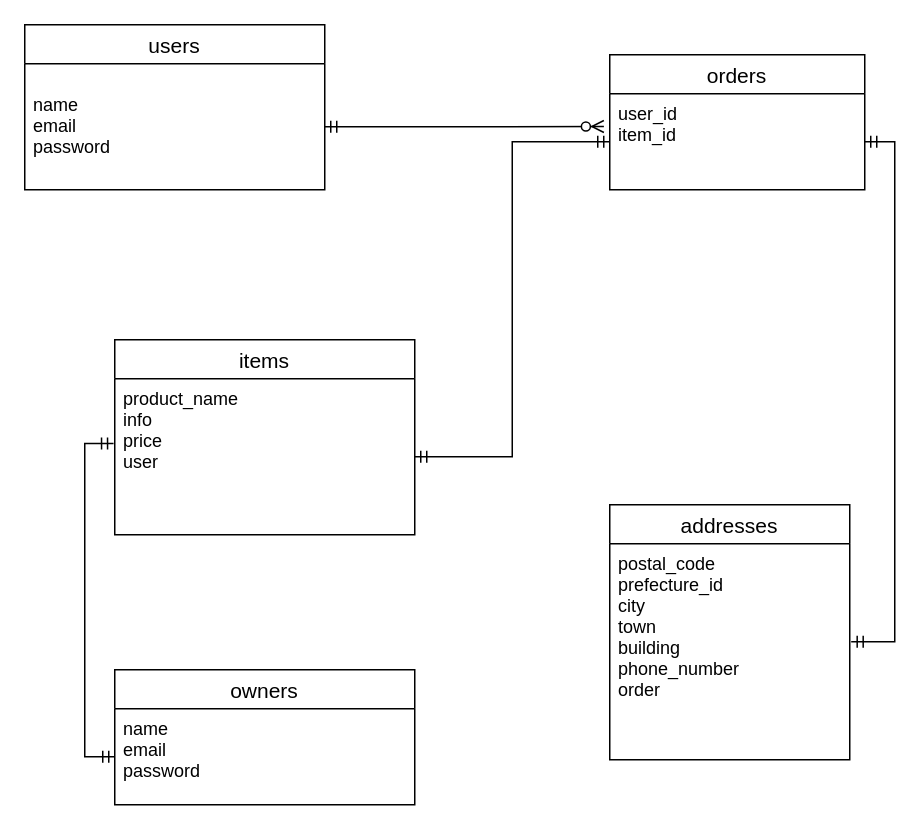
kodairafumikazu/tomori_app keeps this draw.io diagram as test.dio. Above is the earlier version. Source tidied: cells renumbered, new cells numbered last; positions are measured from the earlier drawing's top-left corner, leaving out a move shared by most shapes. Both pictures are drawn from the tidied source at 150%, with x=0, y=0 at pixel (24, 24).
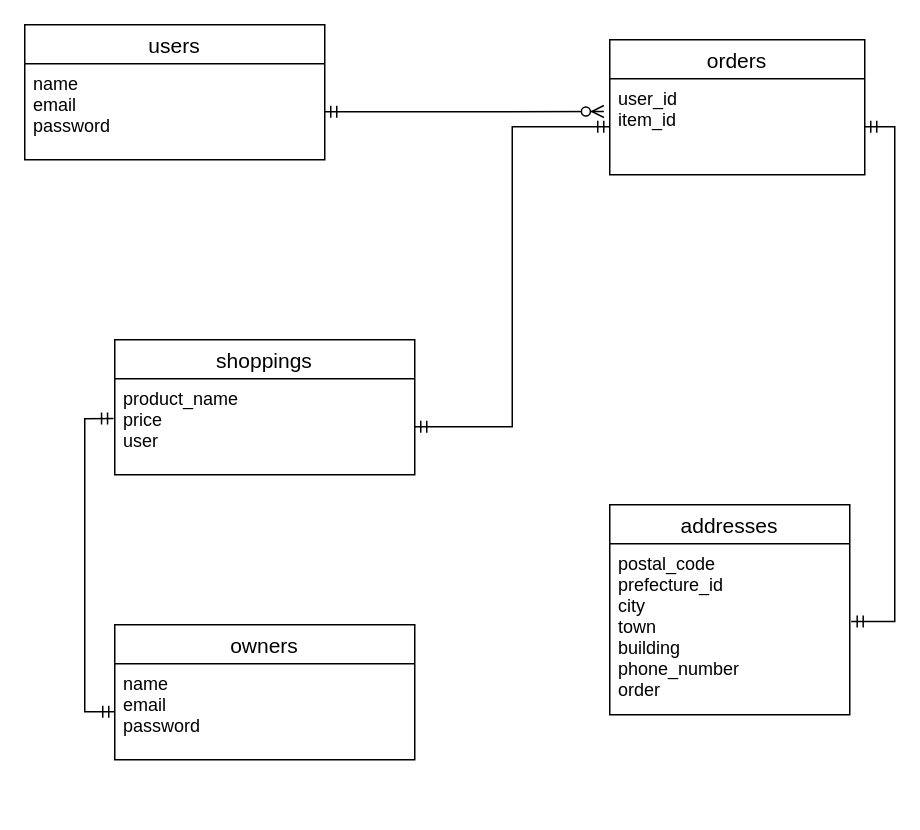
The same diagram, later.

Commit message (it also covers changes not shown here):
ER図、テーブル設計の修正。CSSの修正。ログインの修正。

Diff of the diagram source:
```diff
@@
 <mxGraphModel>
   <root>
     <mxCell id="0" />
     <mxCell id="1" parent="0" />
     <mxCell id="2" value="users" style="swimlane;fontStyle=0;horizontal=1;startSize=26;align=center;fontSize=14;" parent="1" vertex="1">
-      <mxGeometry width="200" height="110" as="geometry" />
+      <mxGeometry width="200" height="90" as="geometry" />
     </mxCell>
-    <mxCell id="3" value="&#10;name&#10;email&#10;password&#10;" style="text;strokeColor=none;fillColor=none;spacingLeft=4;spacingRight=4;overflow=hidden;points=[[0,0.5],[1,0.5]];portConstraint=eastwest;fontSize=12;" parent="2" vertex="1">
-      <mxGeometry y="26" width="200" height="84" as="geometry" />
+    <mxCell id="3" value="name&#10;email&#10;password&#10;" style="text;strokeColor=none;fillColor=none;spacingLeft=4;spacingRight=4;overflow=hidden;points=[[0,0.5],[1,0.5]];portConstraint=eastwest;fontSize=12;" parent="2" vertex="1">
+      <mxGeometry y="26" width="200" height="64" as="geometry" />
     </mxCell>
     <mxCell id="4" value="orders" style="swimlane;fontStyle=0;horizontal=1;startSize=26;align=center;fontSize=14;" parent="1" vertex="1">
-      <mxGeometry x="390" y="20" width="170" height="90" as="geometry" />
+      <mxGeometry x="390" y="10" width="170" height="90" as="geometry" />
     </mxCell>
     <mxCell id="5" value="user_id&#10;item_id&#10;" style="text;strokeColor=none;fillColor=none;spacingLeft=4;spacingRight=4;overflow=hidden;points=[[0,0.5],[1,0.5]];portConstraint=eastwest;fontSize=12;" parent="4" vertex="1">
       <mxGeometry y="26" width="170" height="64" as="geometry" />
     </mxCell>
     <mxCell id="6" value="addresses" style="swimlane;fontStyle=0;horizontal=1;startSize=26;align=center;fontSize=14;" parent="1" vertex="1">
-      <mxGeometry x="390" y="320" width="160" height="170" as="geometry" />
+      <mxGeometry x="390" y="320" width="160" height="140" as="geometry" />
     </mxCell>
     <mxCell id="7" value="postal_code&#10;prefecture_id&#10;city&#10;town&#10;building&#10;phone_number&#10;order" style="text;strokeColor=none;fillColor=none;spacingLeft=4;spacingRight=4;overflow=hidden;points=[[0,0.5],[1,0.5]];portConstraint=eastwest;fontSize=12;" parent="6" vertex="1">
-      <mxGeometry y="26" width="160" height="144" as="geometry" />
+      <mxGeometry y="26" width="160" height="114" as="geometry" />
     </mxCell>
     <mxCell id="8" style="edgeStyle=orthogonalEdgeStyle;rounded=0;jettySize=auto;html=1;exitX=1;exitY=0.5;exitDx=0;exitDy=0;entryX=1.006;entryY=0.454;entryDx=0;entryDy=0;entryPerimeter=0;startArrow=ERmandOne;startFill=0;endArrow=ERmandOne;endFill=0;" parent="1" edge="1" source="5" target="7">
       <mxGeometry relative="1" as="geometry" />
     </mxCell>
     <mxCell id="9" style="edgeStyle=orthogonalEdgeStyle;rounded=0;jettySize=auto;html=1;exitX=1;exitY=0.5;exitDx=0;exitDy=0;entryX=-0.023;entryY=0.341;entryDx=0;entryDy=0;entryPerimeter=0;startArrow=ERmandOne;startFill=0;endArrow=ERzeroToMany;endFill=1;" parent="1" edge="1" source="3" target="5">
       <mxGeometry relative="1" as="geometry" />
     </mxCell>
-    <mxCell id="10" value="items" style="swimlane;fontStyle=0;horizontal=1;startSize=26;align=center;fontSize=14;" parent="1" vertex="1">
-      <mxGeometry x="60" y="210" width="200" height="130" as="geometry" />
+    <mxCell id="10" value="shoppings" style="swimlane;fontStyle=0;horizontal=1;startSize=26;align=center;fontSize=14;" parent="1" vertex="1">
+      <mxGeometry x="60" y="210" width="200" height="90" as="geometry" />
     </mxCell>
-    <mxCell id="11" value="product_name&#10;info&#10;price&#10;user" style="text;strokeColor=none;fillColor=none;spacingLeft=4;spacingRight=4;overflow=hidden;points=[[0,0.5],[1,0.5]];portConstraint=eastwest;fontSize=12;" parent="10" vertex="1">
-      <mxGeometry y="26" width="200" height="104" as="geometry" />
+    <mxCell id="11" value="product_name&#10;price&#10;user" style="text;strokeColor=none;fillColor=none;spacingLeft=4;spacingRight=4;overflow=hidden;points=[[0,0.5],[1,0.5]];portConstraint=eastwest;fontSize=12;" parent="10" vertex="1">
+      <mxGeometry y="26" width="200" height="64" as="geometry" />
     </mxCell>
     <mxCell id="12" style="edgeStyle=orthogonalEdgeStyle;rounded=0;jettySize=auto;html=1;exitX=1;exitY=0.5;exitDx=0;exitDy=0;startArrow=ERmandOne;startFill=0;endArrow=ERmandOne;endFill=0;entryX=0;entryY=0.5;entryDx=0;entryDy=0;" parent="1" edge="1" source="11" target="5">
       <mxGeometry relative="1" as="geometry" />
     </mxCell>
     <mxCell id="13" value="owners" style="swimlane;fontStyle=0;horizontal=1;startSize=26;align=center;fontSize=14;" parent="1" vertex="1">
-      <mxGeometry x="60" y="430" width="200" height="90" as="geometry" />
+      <mxGeometry x="60" y="400" width="200" height="90" as="geometry" />
     </mxCell>
     <mxCell id="14" value="name&#10;email&#10;password" style="text;strokeColor=none;fillColor=none;spacingLeft=4;spacingRight=4;overflow=hidden;points=[[0,0.5],[1,0.5]];portConstraint=eastwest;fontSize=12;" parent="13" vertex="1">
       <mxGeometry y="26" width="200" height="64" as="geometry" />
     </mxCell>
     <mxCell id="15" style="edgeStyle=orthogonalEdgeStyle;rounded=0;jettySize=auto;html=1;exitX=0;exitY=0.5;exitDx=0;exitDy=0;entryX=-0.004;entryY=0.415;entryDx=0;entryDy=0;entryPerimeter=0;startArrow=ERmandOne;startFill=0;endArrow=ERmandOne;endFill=0;" parent="1" edge="1" source="14" target="11">
       <mxGeometry relative="1" as="geometry" />
     </mxCell>
   </root>
 </mxGraphModel>
```
